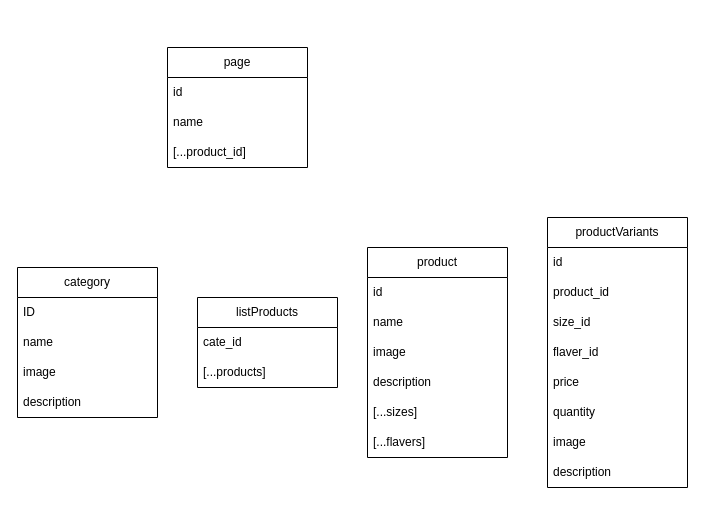
ledo9124/DATN_MERN_STACK keeps this draw.io diagram as database.drawio. Above is the earlier version. Source tidied: cells renumbered, new cells numbered last; positions are measured from the earlier drawing's top-left corner, leaving out a move shared by most shapes. Both pictures are drawn from the tidied source at 100%, with x=0, y=0 at pixel (17, 47).
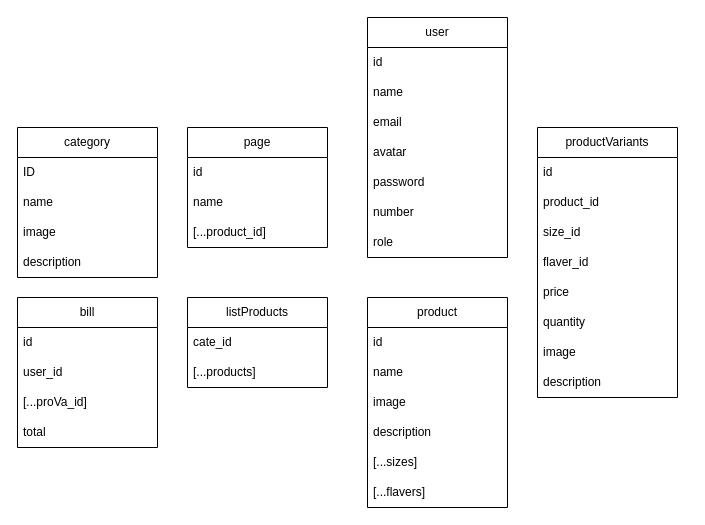
The same diagram, later.

Diff of the diagram source:
```diff
@@
     <mxCell id="2" value="category" style="swimlane;fontStyle=0;horizontal=1;startSize=30;whiteSpace=wrap;html=1;" parent="1" vertex="1">
-      <mxGeometry y="220" width="140" height="150" as="geometry" />
+      <mxGeometry y="80" width="140" height="150" as="geometry" />
     </mxCell>
@@
     <mxCell id="7" value="product" style="swimlane;fontStyle=0;horizontal=1;startSize=30;whiteSpace=wrap;html=1;" parent="1" vertex="1">
-      <mxGeometry x="350" y="200" width="140" height="210" as="geometry" />
+      <mxGeometry x="350" y="250" width="140" height="210" as="geometry" />
     </mxCell>
@@
     <mxCell id="14" value="listProducts" style="swimlane;fontStyle=0;horizontal=1;startSize=30;whiteSpace=wrap;html=1;" parent="1" vertex="1">
-      <mxGeometry x="180" y="250" width="140" height="90" as="geometry" />
+      <mxGeometry x="170" y="250" width="140" height="90" as="geometry" />
     </mxCell>
@@
     <mxCell id="17" value="productVariants" style="swimlane;fontStyle=0;horizontal=1;startSize=30;whiteSpace=wrap;html=1;" parent="1" vertex="1">
-      <mxGeometry x="530" y="170" width="140" height="270" as="geometry" />
+      <mxGeometry x="520" y="80" width="140" height="270" as="geometry" />
     </mxCell>
@@
     <mxCell id="26" value="page" style="swimlane;fontStyle=0;horizontal=1;startSize=30;whiteSpace=wrap;html=1;" parent="1" vertex="1">
-      <mxGeometry x="150" width="140" height="120" as="geometry" />
+      <mxGeometry x="170" y="80" width="140" height="120" as="geometry" />
     </mxCell>
@@
+    <mxCell id="30" value="user" style="swimlane;fontStyle=0;horizontal=1;startSize=30;whiteSpace=wrap;html=1;" parent="1" vertex="1">
+      <mxGeometry x="350" y="-30" width="140" height="240" as="geometry" />
+    </mxCell>
+    <mxCell id="31" value="id" style="text;strokeColor=none;fillColor=none;align=left;verticalAlign=middle;spacingLeft=4;spacingRight=4;overflow=hidden;whiteSpace=wrap;html=1;" parent="30" vertex="1">
+      <mxGeometry y="30" width="140" height="30" as="geometry" />
+    </mxCell>
+    <mxCell id="32" value="name" style="text;strokeColor=none;fillColor=none;align=left;verticalAlign=middle;spacingLeft=4;spacingRight=4;overflow=hidden;whiteSpace=wrap;html=1;" parent="30" vertex="1">
+      <mxGeometry y="60" width="140" height="30" as="geometry" />
+    </mxCell>
+    <mxCell id="33" value="email" style="text;strokeColor=none;fillColor=none;align=left;verticalAlign=middle;spacingLeft=4;spacingRight=4;overflow=hidden;whiteSpace=wrap;html=1;" parent="30" vertex="1">
+      <mxGeometry y="90" width="140" height="30" as="geometry" />
+    </mxCell>
+    <mxCell id="34" value="avatar" style="text;strokeColor=none;fillColor=none;align=left;verticalAlign=middle;spacingLeft=4;spacingRight=4;overflow=hidden;whiteSpace=wrap;html=1;" parent="30" vertex="1">
+      <mxGeometry y="120" width="140" height="30" as="geometry" />
+    </mxCell>
+    <mxCell id="35" value="password" style="text;strokeColor=none;fillColor=none;align=left;verticalAlign=middle;spacingLeft=4;spacingRight=4;overflow=hidden;whiteSpace=wrap;html=1;" parent="30" vertex="1">
+      <mxGeometry y="150" width="140" height="30" as="geometry" />
+    </mxCell>
+    <mxCell id="36" value="number" style="text;strokeColor=none;fillColor=none;align=left;verticalAlign=middle;spacingLeft=4;spacingRight=4;overflow=hidden;whiteSpace=wrap;html=1;" parent="30" vertex="1">
+      <mxGeometry y="180" width="140" height="30" as="geometry" />
+    </mxCell>
+    <mxCell id="37" value="role" style="text;strokeColor=none;fillColor=none;align=left;verticalAlign=middle;spacingLeft=4;spacingRight=4;overflow=hidden;whiteSpace=wrap;html=1;" parent="30" vertex="1">
+      <mxGeometry y="210" width="140" height="30" as="geometry" />
+    </mxCell>
+    <mxCell id="38" value="bill" style="swimlane;fontStyle=0;horizontal=1;startSize=30;whiteSpace=wrap;html=1;" parent="1" vertex="1">
+      <mxGeometry y="250" width="140" height="150" as="geometry" />
+    </mxCell>
+    <mxCell id="39" value="id" style="text;strokeColor=none;fillColor=none;align=left;verticalAlign=middle;spacingLeft=4;spacingRight=4;overflow=hidden;whiteSpace=wrap;html=1;" parent="38" vertex="1">
+      <mxGeometry y="30" width="140" height="30" as="geometry" />
+    </mxCell>
+    <mxCell id="40" value="user_id" style="text;strokeColor=none;fillColor=none;align=left;verticalAlign=middle;spacingLeft=4;spacingRight=4;overflow=hidden;whiteSpace=wrap;html=1;" parent="38" vertex="1">
+      <mxGeometry y="60" width="140" height="30" as="geometry" />
+    </mxCell>
+    <mxCell id="41" value="[...proVa_id]" style="text;strokeColor=none;fillColor=none;align=left;verticalAlign=middle;spacingLeft=4;spacingRight=4;overflow=hidden;whiteSpace=wrap;html=1;" parent="38" vertex="1">
+      <mxGeometry y="90" width="140" height="30" as="geometry" />
+    </mxCell>
+    <mxCell id="42" value="total" style="text;strokeColor=none;fillColor=none;align=left;verticalAlign=middle;spacingLeft=4;spacingRight=4;overflow=hidden;whiteSpace=wrap;html=1;" parent="38" vertex="1">
+      <mxGeometry y="120" width="140" height="30" as="geometry" />
+    </mxCell>
```
